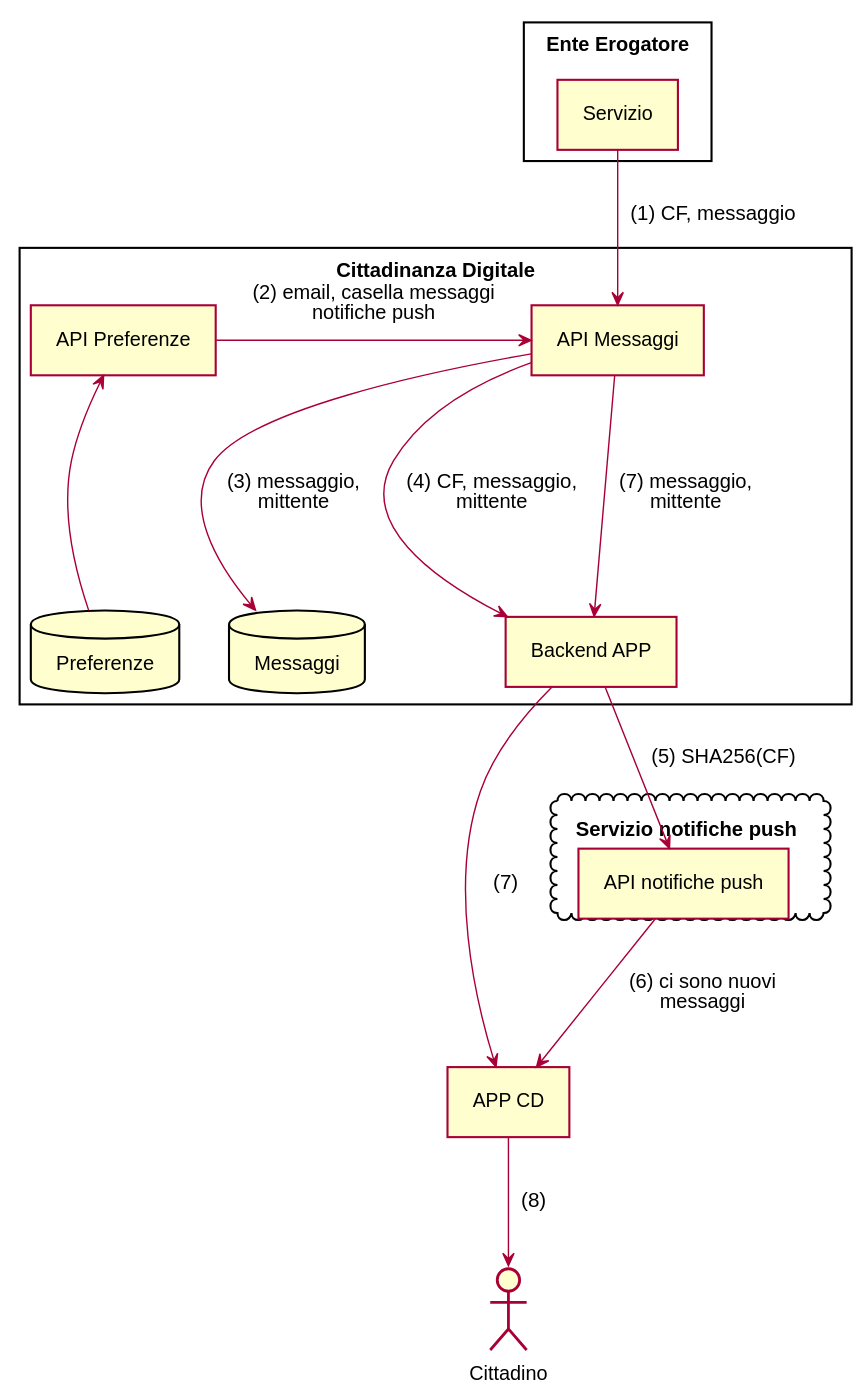
Above: gdpr/diagrams/messaggio-profile-push.svg in pagopa-archive/io (PlantUML), before the change.
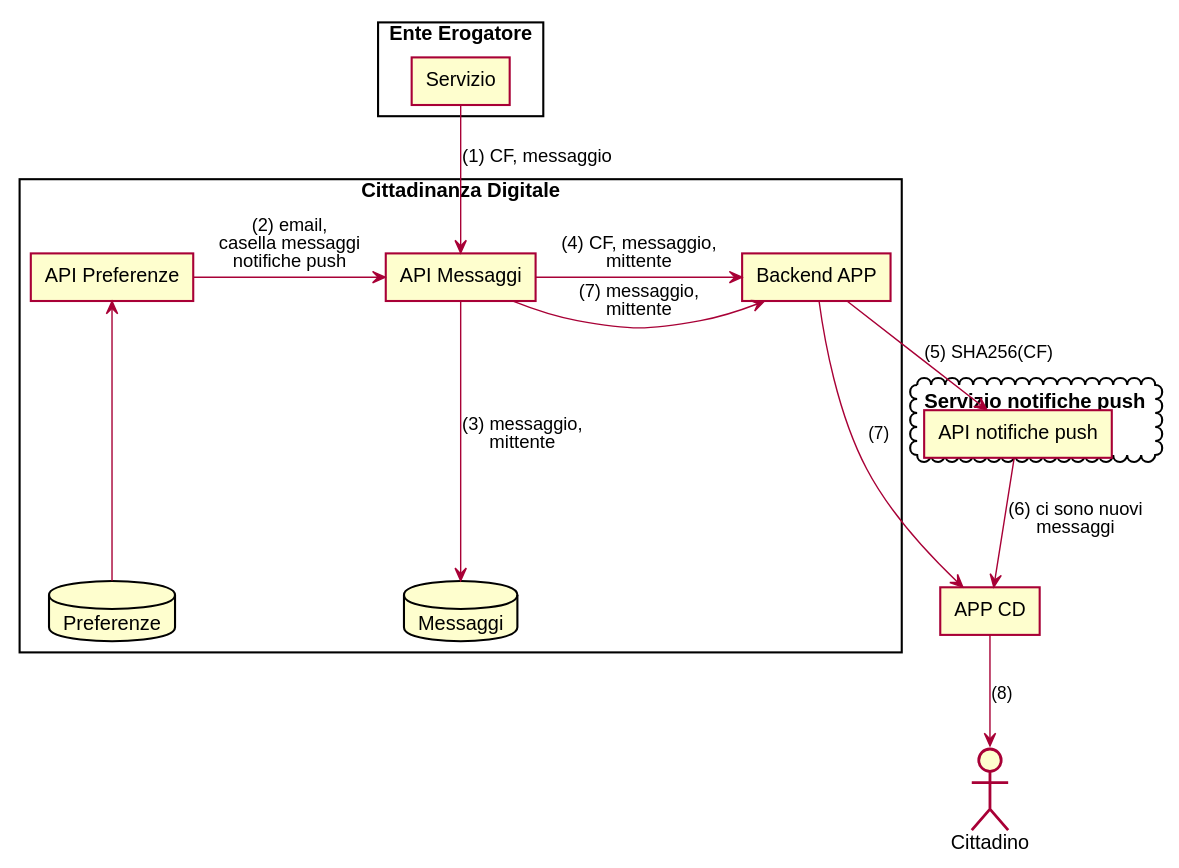
Later version of the same file.

Change to the diagram source:
```diff
@@ -1,8 +1,6 @@
 @startuml
 skinparamlocked shadowing false
 skinparamlocked DefaultFontName Helvetica
-skinparamlocked DefaultFontSize 14
-skinparamlocked Padding 8
 
 :Cittadino: as cittadino
 
@@ -12,7 +10,7 @@
   agent "Servizio" as ente
 }
 
-rectangle "Cittadinanza Digitale" {
+rectangle "Cittadinanza Digitale\n\n" {
   agent "API Messaggi" as apimessaggi
   database "Messaggi" as dbmessaggi
   agent "API Preferenze" as apipreferenze
@@ -26,21 +24,21 @@
 
 ente -down-> apimessaggi : (1) CF, messaggio
 
-dbpreferenze -up-> apipreferenze
-apipreferenze -> apimessaggi : (2) email, casella messaggi\nnotifiche push
+dbpreferenze -u-> apipreferenze
+apipreferenze -> apimessaggi : (2) email,\ncasella messaggi\nnotifiche push
 
-apimessaggi -down-> dbmessaggi : (3) messaggio,\nmittente
+apimessaggi -d-> dbmessaggi : (3) messaggio,\nmittente
 
-apimessaggi --> backend : (4) CF, messaggio,\nmittente
+apimessaggi -> backend : (4) CF, messaggio,\nmittente
 
-backend -down-> apinotifiche : "(5) SHA256(CF)"
+backend -d-> apinotifiche : "(5) SHA256(CF)"
 
-apinotifiche -down-> app : "(6) ci sono nuovi\nmessaggi"
+apinotifiche -d-> app : "(6) ci sono nuovi\nmessaggi"
 
 backend -> app : "(7)  "
 
 apimessaggi -> backend : "(7) messaggio,\nmittente"
 
-app -down-> cittadino : "(8)"
+app -d-> cittadino : "(8)"
 
 @enduml
```
